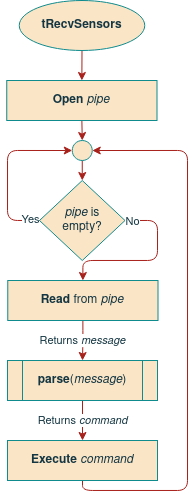
Above: project/report/images/09sw_specification/trecvsensors.png in ESRGgroup9/slipad (draw.io), before the change. Source tidied: cells renumbered, new cells last; positions are measured from the earlier drawing's top-left corner, leaving out a move shared by most shapes. Its diagram source:
```xml
<mxGraphModel>
  <root>
    <mxCell id="0" />
    <mxCell id="1" parent="0" />
    <mxCell id="2" style="edgeStyle=orthogonalEdgeStyle;curved=0;rounded=1;sketch=0;jettySize=auto;html=1;exitX=0.5;exitY=1;exitDx=0;exitDy=0;entryX=0.5;entryY=0;entryDx=0;entryDy=0;fontSize=11;fontColor=#143642;strokeColor=#A8201A;fillColor=#FAE5C7;" parent="1" edge="1" source="3" target="18">
      <mxGeometry relative="1" as="geometry" />
    </mxCell>
    <mxCell id="3" value="&lt;div&gt;tRecvSensors&lt;/div&gt;" style="ellipse;whiteSpace=wrap;html=1;fillColor=#FAE5C7;strokeColor=#0F8B8D;fontColor=#143642;fontStyle=1;" parent="1" vertex="1">
      <mxGeometry x="12.8" width="125.5" height="50" as="geometry" />
    </mxCell>
    <mxCell id="4" value="Returns &lt;i&gt;message&lt;/i&gt;" style="edgeStyle=orthogonalEdgeStyle;curved=0;rounded=1;sketch=0;jettySize=auto;html=1;exitX=0.5;exitY=1;exitDx=0;exitDy=0;entryX=0.5;entryY=0;entryDx=0;entryDy=0;fontSize=11;fontColor=#143642;strokeColor=#A8201A;fillColor=#FAE5C7;" parent="1" edge="1" source="5" target="7">
      <mxGeometry relative="1" as="geometry" />
    </mxCell>
    <mxCell id="5" value="&lt;b&gt;Read&lt;/b&gt; from &lt;i&gt;pipe&lt;/i&gt;" style="rounded=0;whiteSpace=wrap;html=1;sketch=0;fontColor=#143642;strokeColor=#0F8B8D;fillColor=#FAE5C7;" parent="1" vertex="1">
      <mxGeometry x="1.3" y="280" width="150.2" height="40" as="geometry" />
    </mxCell>
    <mxCell id="6" value="Returns &lt;i&gt;command&lt;/i&gt;" style="edgeStyle=orthogonalEdgeStyle;curved=0;rounded=1;sketch=0;jettySize=auto;html=1;exitX=0.5;exitY=1;exitDx=0;exitDy=0;fontColor=#143642;strokeColor=#A8201A;fillColor=#FAE5C7;entryX=0.5;entryY=0;entryDx=0;entryDy=0;" parent="1" edge="1" target="9">
      <mxGeometry relative="1" as="geometry">
        <mxPoint x="76" y="400" as="sourcePoint" />
      </mxGeometry>
    </mxCell>
    <mxCell id="7" value="&lt;b&gt;parse&lt;/b&gt;(&lt;i&gt;message&lt;/i&gt;)" style="shape=process;whiteSpace=wrap;html=1;backgroundOutline=1;rounded=0;sketch=0;fontColor=#143642;strokeColor=#0F8B8D;fillColor=#FAE5C7;" parent="1" vertex="1">
      <mxGeometry x="1" y="360" width="150" height="40" as="geometry" />
    </mxCell>
    <mxCell id="8" style="edgeStyle=orthogonalEdgeStyle;curved=0;rounded=1;sketch=0;jettySize=auto;html=1;exitX=0.5;exitY=1;exitDx=0;exitDy=0;entryX=1;entryY=0.5;entryDx=0;entryDy=0;fontSize=11;fontColor=#143642;strokeColor=#A8201A;fillColor=#FAE5C7;" parent="1" edge="1" source="9" target="16">
      <mxGeometry relative="1" as="geometry">
        <Array as="points">
          <mxPoint x="76" y="490" />
          <mxPoint x="181" y="490" />
          <mxPoint x="181" y="150" />
        </Array>
      </mxGeometry>
    </mxCell>
    <mxCell id="9" value="&lt;b&gt;Execute&lt;/b&gt; &lt;i&gt;command&lt;/i&gt;" style="rounded=0;whiteSpace=wrap;html=1;sketch=0;fontColor=#143642;strokeColor=#0F8B8D;fillColor=#FAE5C7;" parent="1" vertex="1">
      <mxGeometry x="1" y="440" width="150" height="40" as="geometry" />
    </mxCell>
    <mxCell id="10" style="edgeStyle=orthogonalEdgeStyle;curved=0;rounded=1;sketch=0;jettySize=auto;html=1;exitX=1;exitY=0.5;exitDx=0;exitDy=0;fontSize=11;fontColor=#143642;strokeColor=#A8201A;fillColor=#FAE5C7;entryX=0.5;entryY=0;entryDx=0;entryDy=0;" parent="1" edge="1" source="14" target="5">
      <mxGeometry relative="1" as="geometry">
        <Array as="points">
          <mxPoint x="151" y="220" />
          <mxPoint x="151" y="260" />
          <mxPoint x="76" y="260" />
        </Array>
      </mxGeometry>
    </mxCell>
    <mxCell id="11" value="No" style="edgeLabel;html=1;align=center;verticalAlign=middle;fontSize=11;fontColor=#143642;" parent="10" vertex="1">
      <mxGeometry x="-0.91" y="-1" relative="1" as="geometry" />
    </mxCell>
    <mxCell id="12" style="edgeStyle=orthogonalEdgeStyle;curved=0;rounded=1;sketch=0;jettySize=auto;html=1;exitX=0;exitY=0.5;exitDx=0;exitDy=0;entryX=0;entryY=0.5;entryDx=0;entryDy=0;fontSize=11;fontColor=#143642;strokeColor=#A8201A;fillColor=#FAE5C7;" parent="1" edge="1" source="14" target="16">
      <mxGeometry relative="1" as="geometry">
        <Array as="points">
          <mxPoint x="1" y="220" />
          <mxPoint x="1" y="150" />
        </Array>
      </mxGeometry>
    </mxCell>
    <mxCell id="13" value="Yes" style="edgeLabel;html=1;align=center;verticalAlign=middle;fontSize=11;fontColor=#143642;" parent="12" vertex="1">
      <mxGeometry x="-0.89" y="-1" relative="1" as="geometry" />
    </mxCell>
    <mxCell id="14" value="&lt;div&gt;&lt;i&gt;pipe&lt;/i&gt; is&lt;/div&gt;&lt;div&gt;empty?&lt;/div&gt;" style="rhombus;whiteSpace=wrap;html=1;rounded=0;sketch=0;fontColor=#143642;strokeColor=#0F8B8D;fillColor=#FAE5C7;" parent="1" vertex="1">
      <mxGeometry x="33" y="180" width="85.5" height="80" as="geometry" />
    </mxCell>
    <mxCell id="15" style="edgeStyle=orthogonalEdgeStyle;curved=0;rounded=1;sketch=0;jettySize=auto;html=1;exitX=0.5;exitY=1;exitDx=0;exitDy=0;entryX=0.5;entryY=0;entryDx=0;entryDy=0;fontSize=11;fontColor=#143642;strokeColor=#A8201A;fillColor=#FAE5C7;" parent="1" edge="1" source="16" target="14">
      <mxGeometry relative="1" as="geometry" />
    </mxCell>
    <mxCell id="16" style="ellipse;whiteSpace=wrap;html=1;rounded=0;sketch=0;fontColor=#143642;strokeColor=#0F8B8D;fillColor=#FAE5C7;" parent="1" vertex="1">
      <mxGeometry x="65.8" y="140" width="20" height="20" as="geometry" />
    </mxCell>
    <mxCell id="17" style="edgeStyle=orthogonalEdgeStyle;curved=0;rounded=1;sketch=0;jettySize=auto;html=1;exitX=0.5;exitY=1;exitDx=0;exitDy=0;entryX=0.5;entryY=0;entryDx=0;entryDy=0;fontSize=11;fontColor=#143642;strokeColor=#A8201A;fillColor=#FAE5C7;" parent="1" edge="1" source="18" target="16">
      <mxGeometry relative="1" as="geometry" />
    </mxCell>
    <mxCell id="18" value="&lt;b&gt;Open &lt;/b&gt;&lt;i&gt;pipe&lt;/i&gt;" style="rounded=0;whiteSpace=wrap;html=1;sketch=0;fontColor=#143642;strokeColor=#0F8B8D;fillColor=#FAE5C7;" parent="1" vertex="1">
      <mxGeometry x="0.2" y="80" width="150.2" height="40" as="geometry" />
    </mxCell>
  </root>
</mxGraphModel>
```
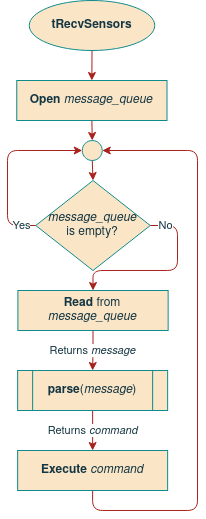
Later version of the same file.

Diff of the diagram source:
```diff
@@ -11,54 +11,58 @@
     <mxCell id="4" value="Returns &lt;i&gt;message&lt;/i&gt;" style="edgeStyle=orthogonalEdgeStyle;curved=0;rounded=1;sketch=0;jettySize=auto;html=1;exitX=0.5;exitY=1;exitDx=0;exitDy=0;entryX=0.5;entryY=0;entryDx=0;entryDy=0;fontSize=11;fontColor=#143642;strokeColor=#A8201A;fillColor=#FAE5C7;" parent="1" edge="1" source="5" target="7">
       <mxGeometry relative="1" as="geometry" />
     </mxCell>
-    <mxCell id="5" value="&lt;b&gt;Read&lt;/b&gt; from &lt;i&gt;pipe&lt;/i&gt;" style="rounded=0;whiteSpace=wrap;html=1;sketch=0;fontColor=#143642;strokeColor=#0F8B8D;fillColor=#FAE5C7;" parent="1" vertex="1">
-      <mxGeometry x="1.3" y="280" width="150.2" height="40" as="geometry" />
+    <mxCell id="5" value="&lt;b&gt;Read&lt;/b&gt; from &lt;i&gt;message_queue&lt;/i&gt;" style="rounded=0;whiteSpace=wrap;html=1;sketch=0;fontColor=#143642;strokeColor=#0F8B8D;fillColor=#FAE5C7;" parent="1" vertex="1">
+      <mxGeometry x="1.4" y="290" width="150.2" height="40" as="geometry" />
     </mxCell>
     <mxCell id="6" value="Returns &lt;i&gt;command&lt;/i&gt;" style="edgeStyle=orthogonalEdgeStyle;curved=0;rounded=1;sketch=0;jettySize=auto;html=1;exitX=0.5;exitY=1;exitDx=0;exitDy=0;fontColor=#143642;strokeColor=#A8201A;fillColor=#FAE5C7;entryX=0.5;entryY=0;entryDx=0;entryDy=0;" parent="1" edge="1" target="9">
       <mxGeometry relative="1" as="geometry">
-        <mxPoint x="76" y="400" as="sourcePoint" />
+        <mxPoint x="76.1" y="410" as="sourcePoint" />
       </mxGeometry>
     </mxCell>
     <mxCell id="7" value="&lt;b&gt;parse&lt;/b&gt;(&lt;i&gt;message&lt;/i&gt;)" style="shape=process;whiteSpace=wrap;html=1;backgroundOutline=1;rounded=0;sketch=0;fontColor=#143642;strokeColor=#0F8B8D;fillColor=#FAE5C7;" parent="1" vertex="1">
-      <mxGeometry x="1" y="360" width="150" height="40" as="geometry" />
+      <mxGeometry x="1.1" y="370" width="150" height="40" as="geometry" />
     </mxCell>
     <mxCell id="8" style="edgeStyle=orthogonalEdgeStyle;curved=0;rounded=1;sketch=0;jettySize=auto;html=1;exitX=0.5;exitY=1;exitDx=0;exitDy=0;entryX=1;entryY=0.5;entryDx=0;entryDy=0;fontSize=11;fontColor=#143642;strokeColor=#A8201A;fillColor=#FAE5C7;" parent="1" edge="1" source="9" target="16">
       <mxGeometry relative="1" as="geometry">
         <Array as="points">
-          <mxPoint x="76" y="490" />
-          <mxPoint x="181" y="490" />
+          <mxPoint x="76" y="510" />
+          <mxPoint x="181" y="510" />
           <mxPoint x="181" y="150" />
         </Array>
       </mxGeometry>
     </mxCell>
     <mxCell id="9" value="&lt;b&gt;Execute&lt;/b&gt; &lt;i&gt;command&lt;/i&gt;" style="rounded=0;whiteSpace=wrap;html=1;sketch=0;fontColor=#143642;strokeColor=#0F8B8D;fillColor=#FAE5C7;" parent="1" vertex="1">
-      <mxGeometry x="1" y="440" width="150" height="40" as="geometry" />
+      <mxGeometry x="1.1" y="450" width="150" height="40" as="geometry" />
     </mxCell>
     <mxCell id="10" style="edgeStyle=orthogonalEdgeStyle;curved=0;rounded=1;sketch=0;jettySize=auto;html=1;exitX=1;exitY=0.5;exitDx=0;exitDy=0;fontSize=11;fontColor=#143642;strokeColor=#A8201A;fillColor=#FAE5C7;entryX=0.5;entryY=0;entryDx=0;entryDy=0;" parent="1" edge="1" source="14" target="5">
       <mxGeometry relative="1" as="geometry">
         <Array as="points">
-          <mxPoint x="151" y="220" />
-          <mxPoint x="151" y="260" />
-          <mxPoint x="76" y="260" />
+          <mxPoint x="161" y="225" />
+          <mxPoint x="161" y="270" />
+          <mxPoint x="76" y="270" />
         </Array>
       </mxGeometry>
     </mxCell>
     <mxCell id="11" value="No" style="edgeLabel;html=1;align=center;verticalAlign=middle;fontSize=11;fontColor=#143642;" parent="10" vertex="1">
-      <mxGeometry x="-0.91" y="-1" relative="1" as="geometry" />
+      <mxGeometry x="-0.91" y="-1" relative="1" as="geometry">
+        <mxPoint x="7" y="-1" as="offset" />
+      </mxGeometry>
     </mxCell>
     <mxCell id="12" style="edgeStyle=orthogonalEdgeStyle;curved=0;rounded=1;sketch=0;jettySize=auto;html=1;exitX=0;exitY=0.5;exitDx=0;exitDy=0;entryX=0;entryY=0.5;entryDx=0;entryDy=0;fontSize=11;fontColor=#143642;strokeColor=#A8201A;fillColor=#FAE5C7;" parent="1" edge="1" source="14" target="16">
       <mxGeometry relative="1" as="geometry">
         <Array as="points">
-          <mxPoint x="1" y="220" />
-          <mxPoint x="1" y="150" />
+          <mxPoint x="-9" y="225" />
+          <mxPoint x="-9" y="150" />
         </Array>
       </mxGeometry>
     </mxCell>
     <mxCell id="13" value="Yes" style="edgeLabel;html=1;align=center;verticalAlign=middle;fontSize=11;fontColor=#143642;" parent="12" vertex="1">
-      <mxGeometry x="-0.89" y="-1" relative="1" as="geometry" />
+      <mxGeometry x="-0.89" y="-1" relative="1" as="geometry">
+        <mxPoint x="-5" y="1" as="offset" />
+      </mxGeometry>
     </mxCell>
-    <mxCell id="14" value="&lt;div&gt;&lt;i&gt;pipe&lt;/i&gt; is&lt;/div&gt;&lt;div&gt;empty?&lt;/div&gt;" style="rhombus;whiteSpace=wrap;html=1;rounded=0;sketch=0;fontColor=#143642;strokeColor=#0F8B8D;fillColor=#FAE5C7;" parent="1" vertex="1">
-      <mxGeometry x="33" y="180" width="85.5" height="80" as="geometry" />
+    <mxCell id="14" value="&lt;div&gt;&lt;i&gt;message_queue&lt;/i&gt;&lt;br&gt;&lt;/div&gt;&lt;div&gt;is empty?&lt;/div&gt;" style="rhombus;whiteSpace=wrap;html=1;rounded=0;sketch=0;fontColor=#143642;strokeColor=#0F8B8D;fillColor=#FAE5C7;" parent="1" vertex="1">
+      <mxGeometry x="19.3" y="180" width="114.5" height="90" as="geometry" />
     </mxCell>
     <mxCell id="15" style="edgeStyle=orthogonalEdgeStyle;curved=0;rounded=1;sketch=0;jettySize=auto;html=1;exitX=0.5;exitY=1;exitDx=0;exitDy=0;entryX=0.5;entryY=0;entryDx=0;entryDy=0;fontSize=11;fontColor=#143642;strokeColor=#A8201A;fillColor=#FAE5C7;" parent="1" edge="1" source="16" target="14">
       <mxGeometry relative="1" as="geometry" />
@@ -69,7 +73,7 @@
     <mxCell id="17" style="edgeStyle=orthogonalEdgeStyle;curved=0;rounded=1;sketch=0;jettySize=auto;html=1;exitX=0.5;exitY=1;exitDx=0;exitDy=0;entryX=0.5;entryY=0;entryDx=0;entryDy=0;fontSize=11;fontColor=#143642;strokeColor=#A8201A;fillColor=#FAE5C7;" parent="1" edge="1" source="18" target="16">
       <mxGeometry relative="1" as="geometry" />
     </mxCell>
-    <mxCell id="18" value="&lt;b&gt;Open &lt;/b&gt;&lt;i&gt;pipe&lt;/i&gt;" style="rounded=0;whiteSpace=wrap;html=1;sketch=0;fontColor=#143642;strokeColor=#0F8B8D;fillColor=#FAE5C7;" parent="1" vertex="1">
+    <mxCell id="18" value="&lt;b&gt;Open &lt;/b&gt;&lt;i&gt;message_queue&lt;/i&gt;" style="rounded=0;whiteSpace=wrap;html=1;sketch=0;fontColor=#143642;strokeColor=#0F8B8D;fillColor=#FAE5C7;" parent="1" vertex="1">
       <mxGeometry x="0.2" y="80" width="150.2" height="40" as="geometry" />
     </mxCell>
   </root>
```
